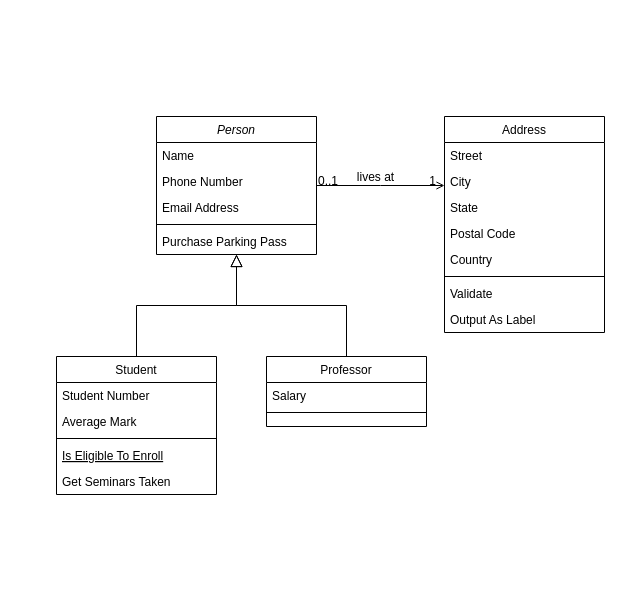
This is Class-diagram-perpus-digital.drawio from Code-Crafters-XI-PPLG-1/Perpus-Digital, a draw.io file, before an edit. Source tidied: cells renumbered, new cells numbered last; positions are measured from the earlier drawing's top-left corner, leaving out a move shared by most shapes. Both pictures are drawn from the tidied source at 100%, with x=0, y=0 at pixel (56, 116).
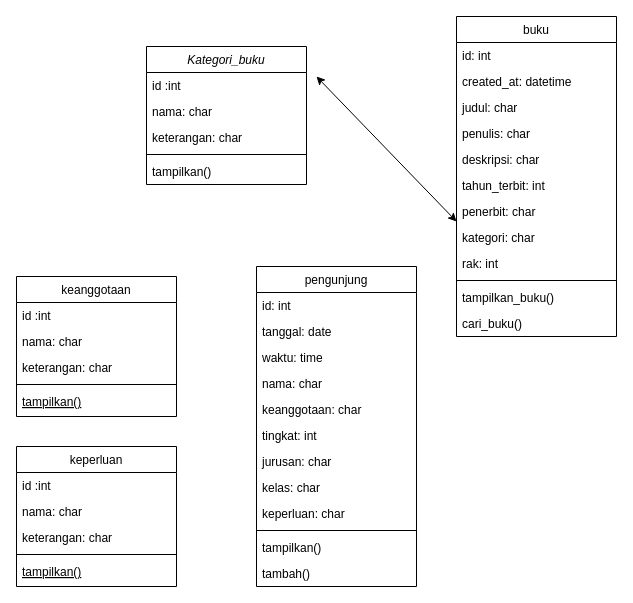
The same diagram, later.

What changed in the source:
```diff
@@
-    <mxCell id="2" value="Person" style="swimlane;fontStyle=2;align=center;verticalAlign=top;horizontal=1;startSize=26;rounded=0;shadow=0;strokeWidth=1;" parent="1" vertex="1">
-      <mxGeometry x="100" width="160" height="138" as="geometry" />
+    <mxCell id="2" value="Kategori_buku" style="swimlane;fontStyle=2;align=center;verticalAlign=top;horizontal=1;startSize=26;rounded=0;shadow=0;strokeWidth=1;" parent="1" vertex="1">
+      <mxGeometry x="90" y="-70" width="160" height="138" as="geometry" />
     </mxCell>
-    <mxCell id="3" value="Name" style="text;align=left;verticalAlign=top;spacingLeft=4;spacingRight=4;overflow=hidden;" parent="2" vertex="1">
+    <mxCell id="3" value="id :int" style="text;align=left;verticalAlign=top;spacingLeft=4;spacingRight=4;overflow=hidden;" parent="2" vertex="1">
       <mxGeometry y="26" width="160" height="26" as="geometry" />
     </mxCell>
-    <mxCell id="4" value="Phone Number" style="text;align=left;verticalAlign=top;spacingLeft=4;spacingRight=4;overflow=hidden;rounded=0;shadow=0;html=0;" parent="2" vertex="1">
+    <mxCell id="4" value="nama: char" style="text;align=left;verticalAlign=top;spacingLeft=4;spacingRight=4;overflow=hidden;rounded=0;shadow=0;html=0;" parent="2" vertex="1">
       <mxGeometry y="52" width="160" height="26" as="geometry" />
     </mxCell>
-    <mxCell id="5" value="Email Address" style="text;align=left;verticalAlign=top;spacingLeft=4;spacingRight=4;overflow=hidden;rounded=0;shadow=0;html=0;" parent="2" vertex="1">
+    <mxCell id="5" value="keterangan: char" style="text;align=left;verticalAlign=top;spacingLeft=4;spacingRight=4;overflow=hidden;rounded=0;shadow=0;html=0;" parent="2" vertex="1">
       <mxGeometry y="78" width="160" height="26" as="geometry" />
     </mxCell>
@@
-    <mxCell id="7" value="Purchase Parking Pass" style="text;align=left;verticalAlign=top;spacingLeft=4;spacingRight=4;overflow=hidden;" parent="2" vertex="1">
+    <mxCell id="7" value="tampilkan()" style="text;align=left;verticalAlign=top;spacingLeft=4;spacingRight=4;overflow=hidden;" parent="2" vertex="1">
       <mxGeometry y="112" width="160" height="26" as="geometry" />
     </mxCell>
-    <mxCell id="8" value="Student" style="swimlane;fontStyle=0;align=center;verticalAlign=top;horizontal=1;startSize=26;rounded=0;shadow=0;strokeWidth=1;" parent="1" vertex="1">
-      <mxGeometry y="240" width="160" height="138" as="geometry" />
+    <mxCell id="8" value="keanggotaan" style="swimlane;fontStyle=0;align=center;verticalAlign=top;horizontal=1;startSize=26;rounded=0;shadow=0;strokeWidth=1;" parent="1" vertex="1">
+      <mxGeometry x="-40" y="160" width="160" height="140" as="geometry" />
     </mxCell>
-    <mxCell id="9" value="Student Number" style="text;align=left;verticalAlign=top;spacingLeft=4;spacingRight=4;overflow=hidden;" parent="8" vertex="1">
+    <mxCell id="9" value="id :int" style="text;align=left;verticalAlign=top;spacingLeft=4;spacingRight=4;overflow=hidden;" parent="8" vertex="1">
       <mxGeometry y="26" width="160" height="26" as="geometry" />
     </mxCell>
-    <mxCell id="10" value="Average Mark" style="text;align=left;verticalAlign=top;spacingLeft=4;spacingRight=4;overflow=hidden;rounded=0;shadow=0;html=0;" parent="8" vertex="1">
+    <mxCell id="10" value="nama: char" style="text;align=left;verticalAlign=top;spacingLeft=4;spacingRight=4;overflow=hidden;rounded=0;shadow=0;html=0;" parent="8" vertex="1">
       <mxGeometry y="52" width="160" height="26" as="geometry" />
     </mxCell>
+    <mxCell id="32" value="keterangan: char" style="text;align=left;verticalAlign=top;spacingLeft=4;spacingRight=4;overflow=hidden;rounded=0;shadow=0;html=0;" parent="8" vertex="1">
+      <mxGeometry y="78" width="160" height="26" as="geometry" />
+    </mxCell>
     <mxCell id="11" style="line;html=1;strokeWidth=1;align=left;verticalAlign=middle;spacingTop=-1;spacingLeft=3;spacingRight=3;labelPosition=right;" parent="8" vertex="1">
-      <mxGeometry y="78" width="160" height="8" as="geometry" />
+      <mxGeometry y="104" width="160" height="8" as="geometry" />
     </mxCell>
-    <mxCell id="12" value="Is Eligible To Enroll" style="text;align=left;verticalAlign=top;spacingLeft=4;spacingRight=4;overflow=hidden;fontStyle=4;" parent="8" vertex="1">
-      <mxGeometry y="86" width="160" height="26" as="geometry" />
+    <mxCell id="12" value="tampilkan()" style="text;align=left;verticalAlign=top;spacingLeft=4;spacingRight=4;overflow=hidden;fontStyle=4;" parent="8" vertex="1">
+      <mxGeometry y="112" width="160" height="26" as="geometry" />
     </mxCell>
-    <mxCell id="13" value="Get Seminars Taken" style="text;align=left;verticalAlign=top;spacingLeft=4;spacingRight=4;overflow=hidden;" parent="8" vertex="1">
-      <mxGeometry y="112" width="160" height="26" as="geometry" />
-    </mxCell>
-    <mxCell id="14" style="endArrow=block;endSize=10;endFill=0;shadow=0;strokeWidth=1;rounded=0;edgeStyle=elbowEdgeStyle;elbow=vertical;" parent="1" edge="1" source="8" target="2">
-      <mxGeometry relative="1" as="geometry" />
-    </mxCell>
-    <mxCell id="15" value="Professor" style="swimlane;fontStyle=0;align=center;verticalAlign=top;horizontal=1;startSize=26;rounded=0;shadow=0;strokeWidth=1;" parent="1" vertex="1">
-      <mxGeometry x="210" y="240" width="160" height="70" as="geometry" />
-    </mxCell>
-    <mxCell id="16" value="Salary" style="text;align=left;verticalAlign=top;spacingLeft=4;spacingRight=4;overflow=hidden;" parent="15" vertex="1">
-      <mxGeometry y="26" width="160" height="26" as="geometry" />
-    </mxCell>
-    <mxCell id="17" style="line;html=1;strokeWidth=1;align=left;verticalAlign=middle;spacingTop=-1;spacingLeft=3;spacingRight=3;labelPosition=right;" parent="15" vertex="1">
-      <mxGeometry y="52" width="160" height="8" as="geometry" />
-    </mxCell>
-    <mxCell id="18" style="endArrow=block;endSize=10;endFill=0;shadow=0;strokeWidth=1;rounded=0;edgeStyle=elbowEdgeStyle;elbow=vertical;" parent="1" edge="1" source="15" target="2">
-      <mxGeometry relative="1" as="geometry" />
-    </mxCell>
-    <mxCell id="19" value="Address" style="swimlane;fontStyle=0;align=center;verticalAlign=top;horizontal=1;startSize=26;rounded=0;shadow=0;strokeWidth=1;" parent="1" vertex="1">
-      <mxGeometry x="388" width="160" height="216" as="geometry" />
+    <mxCell id="19" value="buku" style="swimlane;fontStyle=0;align=center;verticalAlign=top;horizontal=1;startSize=26;rounded=0;shadow=0;strokeWidth=1;" parent="1" vertex="1">
+      <mxGeometry x="400" y="-100" width="160" height="320" as="geometry" />
     </mxCell>
-    <mxCell id="20" value="Street" style="text;align=left;verticalAlign=top;spacingLeft=4;spacingRight=4;overflow=hidden;" parent="19" vertex="1">
+    <mxCell id="20" value="id: int" style="text;align=left;verticalAlign=top;spacingLeft=4;spacingRight=4;overflow=hidden;" parent="19" vertex="1">
       <mxGeometry y="26" width="160" height="26" as="geometry" />
     </mxCell>
-    <mxCell id="21" value="City" style="text;align=left;verticalAlign=top;spacingLeft=4;spacingRight=4;overflow=hidden;rounded=0;shadow=0;html=0;" parent="19" vertex="1">
+    <mxCell id="21" value="created_at: datetime" style="text;align=left;verticalAlign=top;spacingLeft=4;spacingRight=4;overflow=hidden;rounded=0;shadow=0;html=0;" parent="19" vertex="1">
       <mxGeometry y="52" width="160" height="26" as="geometry" />
     </mxCell>
-    <mxCell id="22" value="State" style="text;align=left;verticalAlign=top;spacingLeft=4;spacingRight=4;overflow=hidden;rounded=0;shadow=0;html=0;" parent="19" vertex="1">
+    <mxCell id="22" value="judul: char" style="text;align=left;verticalAlign=top;spacingLeft=4;spacingRight=4;overflow=hidden;rounded=0;shadow=0;html=0;" parent="19" vertex="1">
       <mxGeometry y="78" width="160" height="26" as="geometry" />
     </mxCell>
-    <mxCell id="23" value="Postal Code" style="text;align=left;verticalAlign=top;spacingLeft=4;spacingRight=4;overflow=hidden;rounded=0;shadow=0;html=0;" parent="19" vertex="1">
+    <mxCell id="23" value="penulis: char" style="text;align=left;verticalAlign=top;spacingLeft=4;spacingRight=4;overflow=hidden;rounded=0;shadow=0;html=0;" parent="19" vertex="1">
       <mxGeometry y="104" width="160" height="26" as="geometry" />
     </mxCell>
-    <mxCell id="24" value="Country" style="text;align=left;verticalAlign=top;spacingLeft=4;spacingRight=4;overflow=hidden;rounded=0;shadow=0;html=0;" parent="19" vertex="1">
+    <mxCell id="24" value="deskripsi: char" style="text;align=left;verticalAlign=top;spacingLeft=4;spacingRight=4;overflow=hidden;rounded=0;shadow=0;html=0;" parent="19" vertex="1">
       <mxGeometry y="130" width="160" height="26" as="geometry" />
     </mxCell>
+    <mxCell id="33" value="tahun_terbit: int" style="text;align=left;verticalAlign=top;spacingLeft=4;spacingRight=4;overflow=hidden;rounded=0;shadow=0;html=0;" parent="19" vertex="1">
+      <mxGeometry y="156" width="160" height="26" as="geometry" />
+    </mxCell>
+    <mxCell id="34" value="penerbit: char" style="text;align=left;verticalAlign=top;spacingLeft=4;spacingRight=4;overflow=hidden;rounded=0;shadow=0;html=0;" parent="19" vertex="1">
+      <mxGeometry y="182" width="160" height="26" as="geometry" />
+    </mxCell>
+    <mxCell id="35" value="kategori: char" style="text;align=left;verticalAlign=top;spacingLeft=4;spacingRight=4;overflow=hidden;rounded=0;shadow=0;html=0;" parent="19" vertex="1">
+      <mxGeometry y="208" width="160" height="26" as="geometry" />
+    </mxCell>
+    <mxCell id="36" value="rak: int" style="text;align=left;verticalAlign=top;spacingLeft=4;spacingRight=4;overflow=hidden;rounded=0;shadow=0;html=0;" parent="19" vertex="1">
+      <mxGeometry y="234" width="160" height="26" as="geometry" />
+    </mxCell>
     <mxCell id="25" style="line;html=1;strokeWidth=1;align=left;verticalAlign=middle;spacingTop=-1;spacingLeft=3;spacingRight=3;labelPosition=right;" parent="19" vertex="1">
-      <mxGeometry y="156" width="160" height="8" as="geometry" />
+      <mxGeometry y="260" width="160" height="8" as="geometry" />
     </mxCell>
-    <mxCell id="26" value="Validate" style="text;align=left;verticalAlign=top;spacingLeft=4;spacingRight=4;overflow=hidden;" parent="19" vertex="1">
-      <mxGeometry y="164" width="160" height="26" as="geometry" />
+    <mxCell id="26" value="tampilkan_buku()" style="text;align=left;verticalAlign=top;spacingLeft=4;spacingRight=4;overflow=hidden;" parent="19" vertex="1">
+      <mxGeometry y="268" width="160" height="26" as="geometry" />
     </mxCell>
-    <mxCell id="27" value="Output As Label" style="text;align=left;verticalAlign=top;spacingLeft=4;spacingRight=4;overflow=hidden;" parent="19" vertex="1">
-      <mxGeometry y="190" width="160" height="26" as="geometry" />
+    <mxCell id="27" value="cari_buku()" style="text;align=left;verticalAlign=top;spacingLeft=4;spacingRight=4;overflow=hidden;" parent="19" vertex="1">
+      <mxGeometry y="294" width="160" height="26" as="geometry" />
     </mxCell>
-    <mxCell id="28" style="endArrow=open;shadow=0;strokeWidth=1;rounded=0;endFill=1;edgeStyle=elbowEdgeStyle;elbow=vertical;" parent="1" edge="1" source="2" target="19">
-      <mxGeometry x="0.5" y="41" relative="1" as="geometry">
-        <mxPoint x="-40" y="32" as="offset" />
-      </mxGeometry>
-    </mxCell>
-    <mxCell id="29" value="0..1" style="align=left;verticalAlign=bottom;labelBackgroundColor=none;fontSize=12;" parent="28" vertex="1">
-      <mxGeometry x="-1" relative="1" as="geometry">
-        <mxPoint y="4" as="offset" />
-      </mxGeometry>
-    </mxCell>
-    <mxCell id="30" value="1" style="align=right;verticalAlign=bottom;labelBackgroundColor=none;fontSize=12;" parent="28" vertex="1">
-      <mxGeometry x="1" relative="1" as="geometry">
-        <mxPoint x="-7" y="4" as="offset" />
-      </mxGeometry>
-    </mxCell>
-    <mxCell id="31" value="lives at" style="text;html=1;align=center;verticalAlign=middle;labelBackgroundColor=none;rounded=0;shadow=0;strokeWidth=1;fontSize=12;" parent="28" vertex="1">
-      <mxGeometry x="0.5" y="49" relative="1" as="geometry">
-        <mxPoint x="-38" y="40" as="offset" />
-      </mxGeometry>
-    </mxCell>
+    <mxCell id="37" value="keperluan" style="swimlane;fontStyle=0;align=center;verticalAlign=top;horizontal=1;startSize=26;rounded=0;shadow=0;strokeWidth=1;" parent="1" vertex="1">
+      <mxGeometry x="-40" y="330" width="160" height="140" as="geometry" />
+    </mxCell>
+    <mxCell id="38" value="id :int" style="text;align=left;verticalAlign=top;spacingLeft=4;spacingRight=4;overflow=hidden;" parent="37" vertex="1">
+      <mxGeometry y="26" width="160" height="26" as="geometry" />
+    </mxCell>
+    <mxCell id="39" value="nama: char" style="text;align=left;verticalAlign=top;spacingLeft=4;spacingRight=4;overflow=hidden;rounded=0;shadow=0;html=0;" parent="37" vertex="1">
+      <mxGeometry y="52" width="160" height="26" as="geometry" />
+    </mxCell>
+    <mxCell id="40" value="keterangan: char" style="text;align=left;verticalAlign=top;spacingLeft=4;spacingRight=4;overflow=hidden;rounded=0;shadow=0;html=0;" parent="37" vertex="1">
+      <mxGeometry y="78" width="160" height="26" as="geometry" />
+    </mxCell>
+    <mxCell id="41" style="line;html=1;strokeWidth=1;align=left;verticalAlign=middle;spacingTop=-1;spacingLeft=3;spacingRight=3;labelPosition=right;" parent="37" vertex="1">
+      <mxGeometry y="104" width="160" height="8" as="geometry" />
+    </mxCell>
+    <mxCell id="42" value="tampilkan()" style="text;align=left;verticalAlign=top;spacingLeft=4;spacingRight=4;overflow=hidden;fontStyle=4;" parent="37" vertex="1">
+      <mxGeometry y="112" width="160" height="26" as="geometry" />
+    </mxCell>
+    <mxCell id="43" value="pengunjung" style="swimlane;fontStyle=0;align=center;verticalAlign=top;horizontal=1;startSize=26;rounded=0;shadow=0;strokeWidth=1;" parent="1" vertex="1">
+      <mxGeometry x="200" y="150" width="160" height="320" as="geometry" />
+    </mxCell>
+    <mxCell id="44" value="id: int" style="text;align=left;verticalAlign=top;spacingLeft=4;spacingRight=4;overflow=hidden;" parent="43" vertex="1">
+      <mxGeometry y="26" width="160" height="26" as="geometry" />
+    </mxCell>
+    <mxCell id="45" value="tanggal: date" style="text;align=left;verticalAlign=top;spacingLeft=4;spacingRight=4;overflow=hidden;rounded=0;shadow=0;html=0;" parent="43" vertex="1">
+      <mxGeometry y="52" width="160" height="26" as="geometry" />
+    </mxCell>
+    <mxCell id="46" value="waktu: time" style="text;align=left;verticalAlign=top;spacingLeft=4;spacingRight=4;overflow=hidden;rounded=0;shadow=0;html=0;" parent="43" vertex="1">
+      <mxGeometry y="78" width="160" height="26" as="geometry" />
+    </mxCell>
+    <mxCell id="47" value="nama: char" style="text;align=left;verticalAlign=top;spacingLeft=4;spacingRight=4;overflow=hidden;rounded=0;shadow=0;html=0;" parent="43" vertex="1">
+      <mxGeometry y="104" width="160" height="26" as="geometry" />
+    </mxCell>
+    <mxCell id="48" value="keanggotaan: char" style="text;align=left;verticalAlign=top;spacingLeft=4;spacingRight=4;overflow=hidden;rounded=0;shadow=0;html=0;" parent="43" vertex="1">
+      <mxGeometry y="130" width="160" height="26" as="geometry" />
+    </mxCell>
+    <mxCell id="49" value="tingkat: int" style="text;align=left;verticalAlign=top;spacingLeft=4;spacingRight=4;overflow=hidden;rounded=0;shadow=0;html=0;" parent="43" vertex="1">
+      <mxGeometry y="156" width="160" height="26" as="geometry" />
+    </mxCell>
+    <mxCell id="50" value="jurusan: char" style="text;align=left;verticalAlign=top;spacingLeft=4;spacingRight=4;overflow=hidden;rounded=0;shadow=0;html=0;" parent="43" vertex="1">
+      <mxGeometry y="182" width="160" height="26" as="geometry" />
+    </mxCell>
+    <mxCell id="51" value="kelas: char" style="text;align=left;verticalAlign=top;spacingLeft=4;spacingRight=4;overflow=hidden;rounded=0;shadow=0;html=0;" parent="43" vertex="1">
+      <mxGeometry y="208" width="160" height="26" as="geometry" />
+    </mxCell>
+    <mxCell id="52" value="keperluan: char" style="text;align=left;verticalAlign=top;spacingLeft=4;spacingRight=4;overflow=hidden;rounded=0;shadow=0;html=0;" parent="43" vertex="1">
+      <mxGeometry y="234" width="160" height="26" as="geometry" />
+    </mxCell>
+    <mxCell id="53" style="line;html=1;strokeWidth=1;align=left;verticalAlign=middle;spacingTop=-1;spacingLeft=3;spacingRight=3;labelPosition=right;" parent="43" vertex="1">
+      <mxGeometry y="260" width="160" height="8" as="geometry" />
+    </mxCell>
+    <mxCell id="54" value="tampilkan()" style="text;align=left;verticalAlign=top;spacingLeft=4;spacingRight=4;overflow=hidden;" parent="43" vertex="1">
+      <mxGeometry y="268" width="160" height="26" as="geometry" />
+    </mxCell>
+    <mxCell id="55" value="tambah()" style="text;align=left;verticalAlign=top;spacingLeft=4;spacingRight=4;overflow=hidden;" parent="43" vertex="1">
+      <mxGeometry y="294" width="160" height="26" as="geometry" />
+    </mxCell>
+    <mxCell id="56" style="endArrow=classic;startArrow=classic;html=1;rounded=0;entryX=0;entryY=0.5;entryDx=0;entryDy=0;" parent="1" edge="1">
+      <mxGeometry relative="1" as="geometry">
+        <mxPoint x="260" y="-40" as="sourcePoint" />
+        <mxPoint x="400" y="105" as="targetPoint" />
+      </mxGeometry>
+    </mxCell>
```
